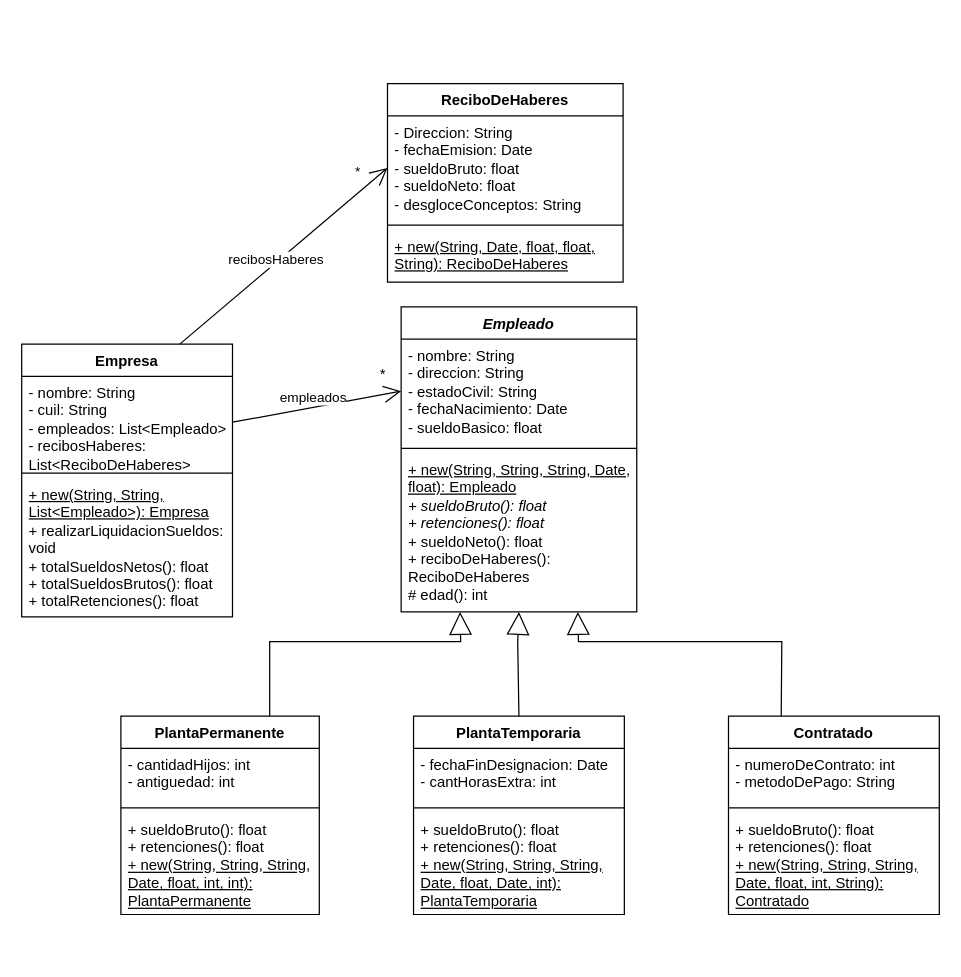
This is tp2-UML/uml-ejercicio-2.drawio from franngo/programacionConObjetosII2025S2, a draw.io file, before an edit. Source tidied: cells renumbered, new cells numbered last; positions are measured from the earlier drawing's top-left corner, leaving out a move shared by most shapes. Both pictures are drawn from the tidied source at 124%, with x=0, y=0 at pixel (21, 83).
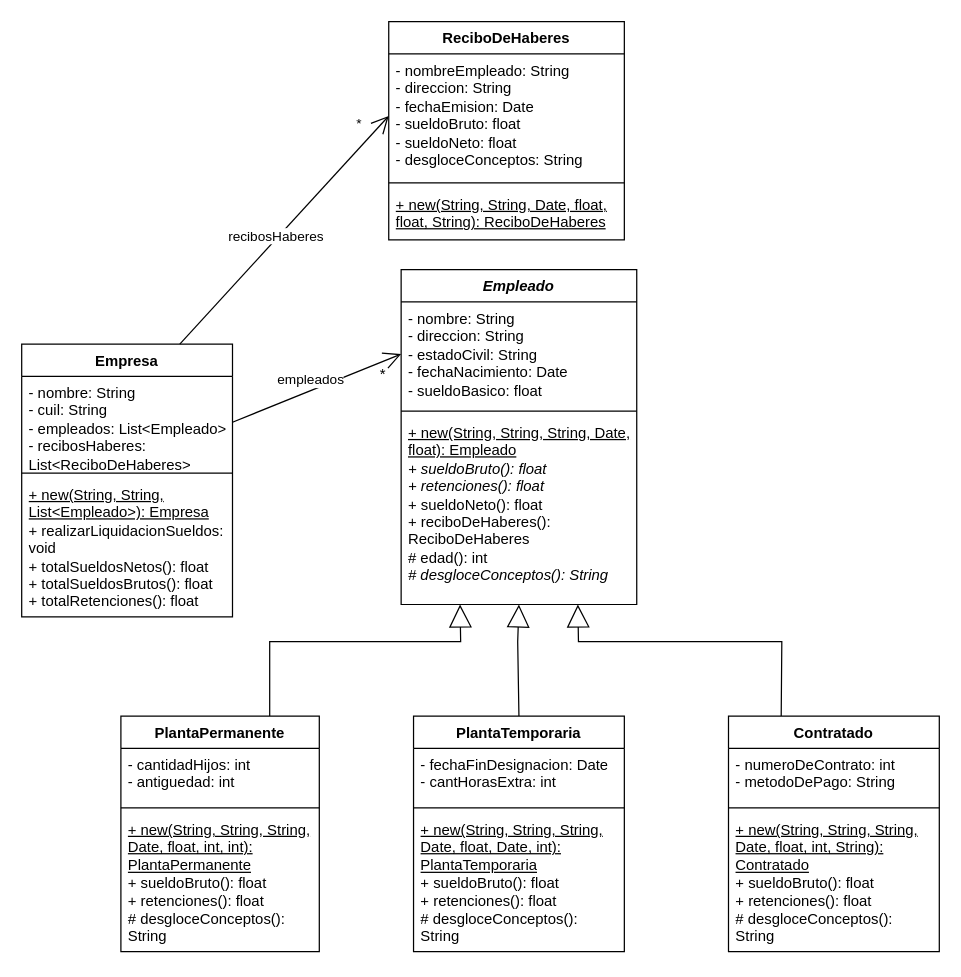
Above is the later version.

Commit message (it also covers changes not shown here):
Todo lo relativo a ejercicio 1 ya implementado. Falta terminar la clase Contratado

What changed in the source:
```diff
@@
     <mxCell id="6" value="&lt;div&gt;&lt;i&gt;Empleado&lt;/i&gt;&lt;/div&gt;" style="swimlane;fontStyle=1;align=center;verticalAlign=top;horizontal=1;startSize=26;whiteSpace=wrap;html=1;" parent="1" vertex="1">
-      <mxGeometry x="306" y="180" width="190" height="246" as="geometry" />
+      <mxGeometry x="306" y="150" width="190" height="270" as="geometry" />
     </mxCell>
@@
-    <mxCell id="9" value="&lt;u&gt;+ new(String, String, String, Date, float): Empleado&lt;/u&gt;&lt;br&gt;&lt;i&gt;+ sueldoBruto(): float&lt;br&gt;+ retenciones(): float&lt;/i&gt;&lt;br&gt;+ sueldoNeto(): float&lt;br&gt;+ reciboDeHaberes(): ReciboDeHaberes&lt;br&gt;# edad(): int" style="text;strokeColor=none;fillColor=none;align=left;verticalAlign=top;spacingLeft=4;spacingRight=4;overflow=hidden;whiteSpace=wrap;html=1;" parent="6" vertex="1">
-      <mxGeometry y="118" width="190" height="128" as="geometry" />
+    <mxCell id="9" value="&lt;u&gt;+ new(String, String, String, Date, float): Empleado&lt;/u&gt;&lt;br&gt;&lt;i&gt;+ sueldoBruto(): float&lt;br&gt;+ retenciones(): float&lt;/i&gt;&lt;br&gt;+ sueldoNeto(): float&lt;br&gt;+ reciboDeHaberes(): ReciboDeHaberes&lt;br&gt;# edad(): int&lt;br&gt;&lt;i&gt;# desgloceConceptos(): String&lt;/i&gt;" style="text;strokeColor=none;fillColor=none;align=left;verticalAlign=top;spacingLeft=4;spacingRight=4;overflow=hidden;whiteSpace=wrap;html=1;" parent="6" vertex="1">
+      <mxGeometry y="118" width="190" height="152" as="geometry" />
     </mxCell>
     <mxCell id="10" value="ReciboDeHaberes" style="swimlane;fontStyle=1;align=center;verticalAlign=top;horizontal=1;startSize=26;whiteSpace=wrap;html=1;" parent="1" vertex="1">
-      <mxGeometry x="295" width="190" height="160" as="geometry" />
+      <mxGeometry x="296" y="-50" width="190" height="176" as="geometry" />
     </mxCell>
-    <mxCell id="11" value="- Direccion: String&lt;br&gt;- fechaEmision: Date&lt;br&gt;&lt;div&gt;- sueldoBruto: float&lt;/div&gt;&lt;div&gt;- sueldoNeto: float&lt;br&gt;- desgloceConceptos: String&lt;/div&gt;" style="text;strokeColor=none;fillColor=none;align=left;verticalAlign=top;spacingLeft=4;spacingRight=4;overflow=hidden;points=[[0,0.5],[1,0.5]];portConstraint=eastwest;whiteSpace=wrap;html=1;" parent="10" vertex="1">
-      <mxGeometry y="26" width="190" height="84" as="geometry" />
+    <mxCell id="11" value="- nombreEmpleado: String&lt;br&gt;- direccion: String&lt;br&gt;- fechaEmision: Date&lt;br&gt;&lt;div&gt;- sueldoBruto: float&lt;/div&gt;&lt;div&gt;- sueldoNeto: float&lt;br&gt;- desgloceConceptos: String&lt;/div&gt;" style="text;strokeColor=none;fillColor=none;align=left;verticalAlign=top;spacingLeft=4;spacingRight=4;overflow=hidden;points=[[0,0.5],[1,0.5]];portConstraint=eastwest;whiteSpace=wrap;html=1;" parent="10" vertex="1">
+      <mxGeometry y="26" width="190" height="100" as="geometry" />
     </mxCell>
     <mxCell id="12" style="line;strokeWidth=1;fillColor=none;align=left;verticalAlign=middle;spacingTop=-1;spacingLeft=3;spacingRight=3;labelPosition=right;strokeColor=inherit;" parent="10" vertex="1">
-      <mxGeometry y="110" width="190" height="8" as="geometry" />
+      <mxGeometry y="126" width="190" height="8" as="geometry" />
     </mxCell>
-    <mxCell id="13" value="&lt;u&gt;+ new(String, Date, float, float, String): ReciboDeHaberes&lt;/u&gt;" style="text;strokeColor=none;fillColor=none;align=left;verticalAlign=top;spacingLeft=4;spacingRight=4;overflow=hidden;whiteSpace=wrap;html=1;" parent="10" vertex="1">
-      <mxGeometry y="118" width="190" height="42" as="geometry" />
+    <mxCell id="13" value="&lt;u&gt;+ new(String, String, Date, float, float, String): ReciboDeHaberes&lt;/u&gt;" style="text;strokeColor=none;fillColor=none;align=left;verticalAlign=top;spacingLeft=4;spacingRight=4;overflow=hidden;whiteSpace=wrap;html=1;" parent="10" vertex="1">
+      <mxGeometry y="134" width="190" height="42" as="geometry" />
     </mxCell>
     <mxCell id="14" value="PlantaPermanente" style="swimlane;fontStyle=1;align=center;verticalAlign=top;horizontal=1;startSize=26;whiteSpace=wrap;html=1;" parent="1" vertex="1">
-      <mxGeometry x="80" y="510" width="160" height="160" as="geometry" />
+      <mxGeometry x="80" y="510" width="160" height="190" as="geometry" />
     </mxCell>
@@
-    <mxCell id="17" value="+ sueldoBruto(): float&lt;br&gt;+ retenciones(): float&lt;br&gt;&lt;u&gt;+ new(String, String, String, Date, float, int, int): PlantaPermanente&lt;/u&gt;" style="text;strokeColor=none;fillColor=none;align=left;verticalAlign=top;spacingLeft=4;spacingRight=4;overflow=hidden;whiteSpace=wrap;html=1;" parent="14" vertex="1">
-      <mxGeometry y="78" width="160" height="82" as="geometry" />
+    <mxCell id="17" value="&lt;u&gt;+ new(String, String, String, Date, float, int, int): PlantaPermanente&lt;/u&gt;&lt;br&gt;+ sueldoBruto(): float&lt;br&gt;+ retenciones(): float&lt;u&gt;&lt;br&gt;&lt;/u&gt;# desgloceConceptos(): String" style="text;strokeColor=none;fillColor=none;align=left;verticalAlign=top;spacingLeft=4;spacingRight=4;overflow=hidden;whiteSpace=wrap;html=1;" parent="14" vertex="1">
+      <mxGeometry y="78" width="160" height="112" as="geometry" />
     </mxCell>
     <mxCell id="18" value="PlantaTemporaria" style="swimlane;fontStyle=1;align=center;verticalAlign=top;horizontal=1;startSize=26;whiteSpace=wrap;html=1;" parent="1" vertex="1">
-      <mxGeometry x="316" y="510" width="170" height="160" as="geometry" />
+      <mxGeometry x="316" y="510" width="170" height="190" as="geometry" />
     </mxCell>
@@
-    <mxCell id="21" value="+ sueldoBruto(): float&lt;br&gt;+ retenciones(): float&lt;br&gt;&lt;u&gt;+ new(String, String, String, Date, float, Date, int): PlantaTemporaria&lt;/u&gt;" style="text;strokeColor=none;fillColor=none;align=left;verticalAlign=top;spacingLeft=4;spacingRight=4;overflow=hidden;whiteSpace=wrap;html=1;" parent="18" vertex="1">
-      <mxGeometry y="78" width="170" height="82" as="geometry" />
+    <mxCell id="21" value="&lt;u&gt;+ new(String, String, String, Date, float, Date, int): PlantaTemporaria&lt;/u&gt;&lt;br&gt;+ sueldoBruto(): float&lt;br&gt;+ retenciones(): float&lt;u&gt;&lt;br&gt;&lt;/u&gt;# desgloceConceptos(): String" style="text;strokeColor=none;fillColor=none;align=left;verticalAlign=top;spacingLeft=4;spacingRight=4;overflow=hidden;whiteSpace=wrap;html=1;" parent="18" vertex="1">
+      <mxGeometry y="78" width="170" height="112" as="geometry" />
     </mxCell>
@@
     <mxCell id="30" value="Contratado" style="swimlane;fontStyle=1;align=center;verticalAlign=top;horizontal=1;startSize=26;whiteSpace=wrap;html=1;" parent="1" vertex="1">
-      <mxGeometry x="570" y="510" width="170" height="160" as="geometry" />
+      <mxGeometry x="570" y="510" width="170" height="190" as="geometry" />
     </mxCell>
@@
-    <mxCell id="33" value="+ sueldoBruto(): float&lt;br&gt;+ retenciones(): float&lt;br&gt;&lt;u&gt;+ new(String, String, String, Date, float, int, String): Contratado&lt;/u&gt;" style="text;strokeColor=none;fillColor=none;align=left;verticalAlign=top;spacingLeft=4;spacingRight=4;overflow=hidden;whiteSpace=wrap;html=1;" parent="30" vertex="1">
-      <mxGeometry y="78" width="170" height="82" as="geometry" />
+    <mxCell id="33" value="&lt;u&gt;+ new(String, String, String, Date, float, int, String): Contratado&lt;/u&gt;&lt;br&gt;+ sueldoBruto(): float&lt;br&gt;+ retenciones(): float&lt;u&gt;&lt;br&gt;&lt;/u&gt;# desgloceConceptos(): String" style="text;strokeColor=none;fillColor=none;align=left;verticalAlign=top;spacingLeft=4;spacingRight=4;overflow=hidden;whiteSpace=wrap;html=1;" parent="30" vertex="1">
+      <mxGeometry y="78" width="170" height="112" as="geometry" />
     </mxCell>
```
